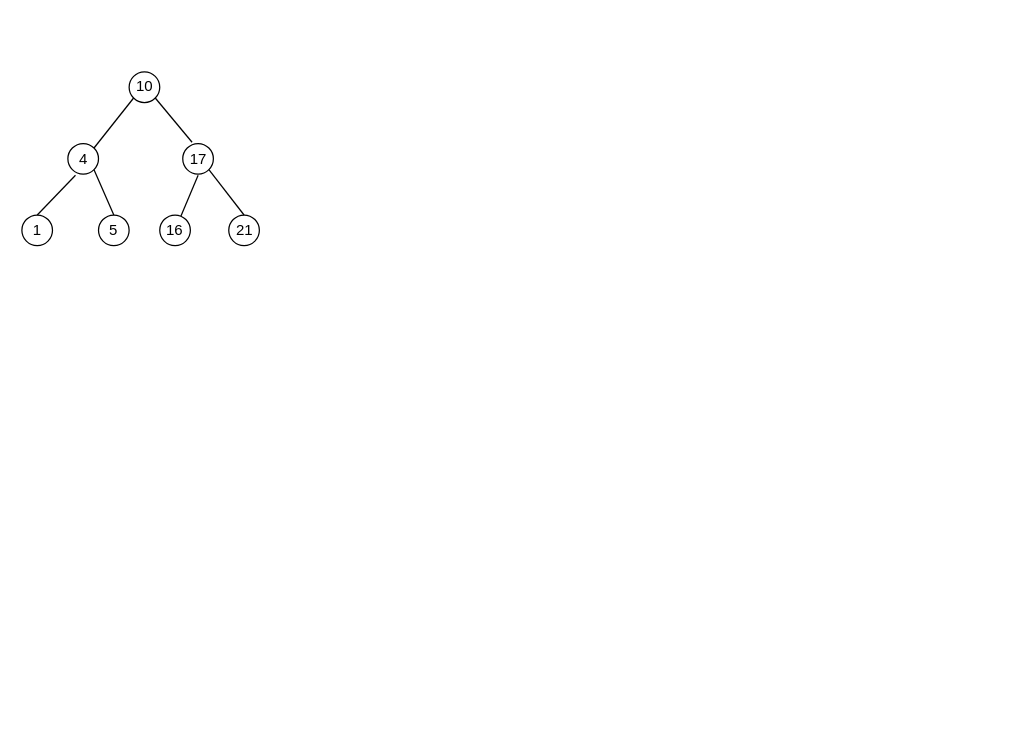
hsinyuwww/React-Amazon-Clone keeps this draw.io diagram as Untitled Diagram.drawio. Above is the earlier version. Source tidied: cells renumbered, new cells numbered last; positions are measured from the earlier drawing's top-left corner, leaving out a move shared by most shapes. Both pictures are drawn from the tidied source at 125%, with x=0, y=0 at pixel (21, 71).
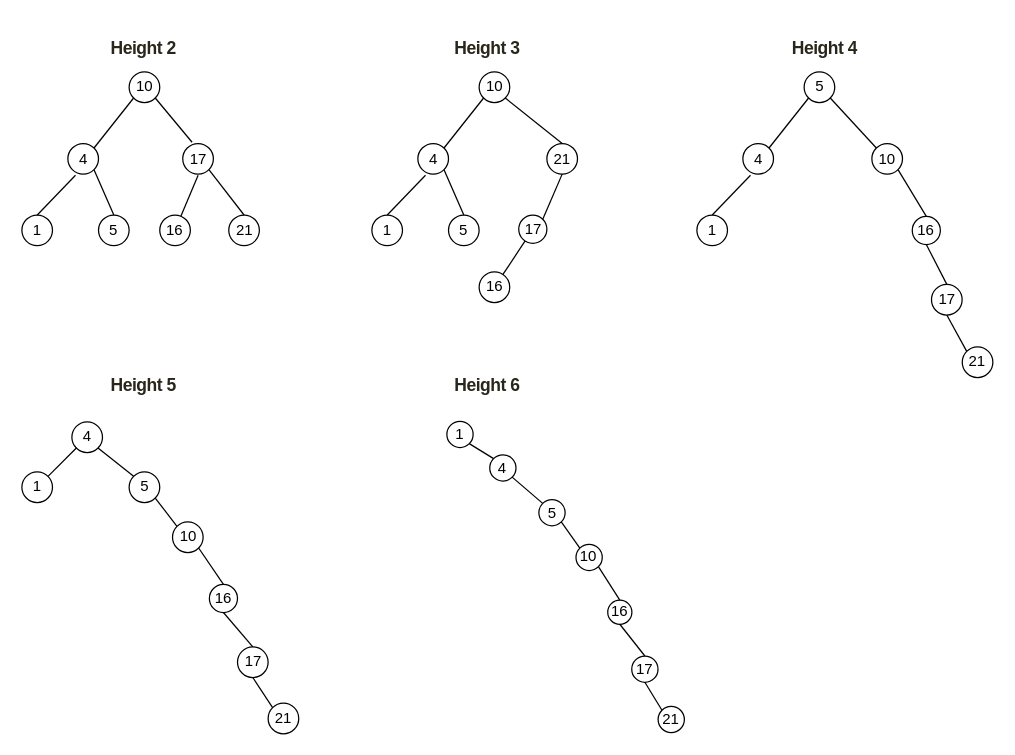
After the change.

The edit, as a diff of the source:
```diff
@@
+    <mxCell id="16" value="&lt;h3 style=&quot;box-sizing: border-box; border-width: 0px; border-style: solid; border-color: hsl(var(--border-100)); border-image: initial; --tw-border-spacing-x: 0; --tw-border-spacing-y: 0; --tw-translate-x: 0; --tw-translate-y: 0; --tw-rotate: 0; --tw-skew-x: 0; --tw-skew-y: 0; --tw-scale-x: 1; --tw-scale-y: 1; --tw-pan-x: ; --tw-pan-y: ; --tw-pinch-zoom: ; --tw-scroll-snap-strictness: proximity; --tw-gradient-from-position: ; --tw-gradient-via-position: ; --tw-gradient-to-position: ; --tw-ordinal: ; --tw-slashed-zero: ; --tw-numeric-figure: ; --tw-numeric-spacing: ; --tw-numeric-fraction: ; --tw-ring-inset: ; --tw-ring-offset-width: 0px; --tw-ring-offset-color: light-dark(#fff, #000000); --tw-ring-color: hsl(var(--accent-secondary-100)/1); --tw-ring-offset-shadow: 0 0 #0000; --tw-ring-shadow: 0 0 #0000; --tw-shadow: 0 0 #0000; --tw-shadow-colored: 0 0 #0000; --tw-blur: ; --tw-brightness: ; --tw-contrast: ; --tw-grayscale: ; --tw-hue-rotate: ; --tw-invert: ; --tw-saturate: ; --tw-sepia: ; --tw-drop-shadow: ; --tw-backdrop-blur: ; --tw-backdrop-brightness: ; --tw-backdrop-contrast: ; --tw-backdrop-grayscale: ; --tw-backdrop-hue-rotate: ; --tw-backdrop-invert: ; --tw-backdrop-opacity: ; --tw-backdrop-saturate: ; --tw-backdrop-sepia: ; --tw-contain-size: ; --tw-contain-layout: ; --tw-contain-paint: ; --tw-contain-style: ; outline-color: hsl(var(--accent-main-100)); scrollbar-color: hsl(var(--border-300)/.8) transparent; font-size: 0.875rem; font-weight: inherit; margin: 0px; overflow: hidden; text-overflow: ellipsis; padding-left: 0.25rem; font-family: var(--font-tiempos),ui-serif,Georgia,Cambria,&amp;quot;Times New Roman&amp;quot;,Times,serif; line-height: 1.25rem; --tw-text-opacity: 1; color: rgb(41, 38, 27); letter-spacing: -0.4px; text-align: start; background-color: rgb(255, 255, 255);&quot; class=&quot;text-text-100 font-tiempos truncate pl-1 text-sm&quot;&gt;Height 2&lt;/h3&gt;" style="text;strokeColor=none;fillColor=none;html=1;fontSize=24;fontStyle=1;verticalAlign=middle;align=center;" parent="1" vertex="1">
+      <mxGeometry x="45" y="-40" width="100" height="40" as="geometry" />
+    </mxCell>
+    <mxCell id="17" value="&lt;h3 style=&quot;box-sizing: border-box; border-width: 0px; border-style: solid; border-color: hsl(var(--border-100)); border-image: initial; --tw-border-spacing-x: 0; --tw-border-spacing-y: 0; --tw-translate-x: 0; --tw-translate-y: 0; --tw-rotate: 0; --tw-skew-x: 0; --tw-skew-y: 0; --tw-scale-x: 1; --tw-scale-y: 1; --tw-pan-x: ; --tw-pan-y: ; --tw-pinch-zoom: ; --tw-scroll-snap-strictness: proximity; --tw-gradient-from-position: ; --tw-gradient-via-position: ; --tw-gradient-to-position: ; --tw-ordinal: ; --tw-slashed-zero: ; --tw-numeric-figure: ; --tw-numeric-spacing: ; --tw-numeric-fraction: ; --tw-ring-inset: ; --tw-ring-offset-width: 0px; --tw-ring-offset-color: light-dark(#fff, #000000); --tw-ring-color: hsl(var(--accent-secondary-100)/1); --tw-ring-offset-shadow: 0 0 #0000; --tw-ring-shadow: 0 0 #0000; --tw-shadow: 0 0 #0000; --tw-shadow-colored: 0 0 #0000; --tw-blur: ; --tw-brightness: ; --tw-contrast: ; --tw-grayscale: ; --tw-hue-rotate: ; --tw-invert: ; --tw-saturate: ; --tw-sepia: ; --tw-drop-shadow: ; --tw-backdrop-blur: ; --tw-backdrop-brightness: ; --tw-backdrop-contrast: ; --tw-backdrop-grayscale: ; --tw-backdrop-hue-rotate: ; --tw-backdrop-invert: ; --tw-backdrop-opacity: ; --tw-backdrop-saturate: ; --tw-backdrop-sepia: ; --tw-contain-size: ; --tw-contain-layout: ; --tw-contain-paint: ; --tw-contain-style: ; outline-color: hsl(var(--accent-main-100)); scrollbar-color: hsl(var(--border-300)/.8) transparent; font-size: 0.875rem; font-weight: inherit; margin: 0px; overflow: hidden; text-overflow: ellipsis; padding-left: 0.25rem; font-family: var(--font-tiempos),ui-serif,Georgia,Cambria,&amp;quot;Times New Roman&amp;quot;,Times,serif; line-height: 1.25rem; --tw-text-opacity: 1; color: rgb(41, 38, 27); letter-spacing: -0.4px; text-align: start; background-color: rgb(255, 255, 255);&quot; class=&quot;text-text-100 font-tiempos truncate pl-1 text-sm&quot;&gt;Height 3&lt;/h3&gt;" style="text;strokeColor=none;fillColor=none;html=1;fontSize=24;fontStyle=1;verticalAlign=middle;align=center;" parent="1" vertex="1">
+      <mxGeometry x="320" y="-40" width="100" height="40" as="geometry" />
+    </mxCell>
+    <mxCell id="18" value="&lt;h3 style=&quot;box-sizing: border-box; border-width: 0px; border-style: solid; border-color: hsl(var(--border-100)); border-image: initial; --tw-border-spacing-x: 0; --tw-border-spacing-y: 0; --tw-translate-x: 0; --tw-translate-y: 0; --tw-rotate: 0; --tw-skew-x: 0; --tw-skew-y: 0; --tw-scale-x: 1; --tw-scale-y: 1; --tw-pan-x: ; --tw-pan-y: ; --tw-pinch-zoom: ; --tw-scroll-snap-strictness: proximity; --tw-gradient-from-position: ; --tw-gradient-via-position: ; --tw-gradient-to-position: ; --tw-ordinal: ; --tw-slashed-zero: ; --tw-numeric-figure: ; --tw-numeric-spacing: ; --tw-numeric-fraction: ; --tw-ring-inset: ; --tw-ring-offset-width: 0px; --tw-ring-offset-color: light-dark(#fff, #000000); --tw-ring-color: hsl(var(--accent-secondary-100)/1); --tw-ring-offset-shadow: 0 0 #0000; --tw-ring-shadow: 0 0 #0000; --tw-shadow: 0 0 #0000; --tw-shadow-colored: 0 0 #0000; --tw-blur: ; --tw-brightness: ; --tw-contrast: ; --tw-grayscale: ; --tw-hue-rotate: ; --tw-invert: ; --tw-saturate: ; --tw-sepia: ; --tw-drop-shadow: ; --tw-backdrop-blur: ; --tw-backdrop-brightness: ; --tw-backdrop-contrast: ; --tw-backdrop-grayscale: ; --tw-backdrop-hue-rotate: ; --tw-backdrop-invert: ; --tw-backdrop-opacity: ; --tw-backdrop-saturate: ; --tw-backdrop-sepia: ; --tw-contain-size: ; --tw-contain-layout: ; --tw-contain-paint: ; --tw-contain-style: ; outline-color: hsl(var(--accent-main-100)); scrollbar-color: hsl(var(--border-300)/.8) transparent; font-size: 0.875rem; font-weight: inherit; margin: 0px; overflow: hidden; text-overflow: ellipsis; padding-left: 0.25rem; font-family: var(--font-tiempos),ui-serif,Georgia,Cambria,&amp;quot;Times New Roman&amp;quot;,Times,serif; line-height: 1.25rem; --tw-text-opacity: 1; color: rgb(41, 38, 27); letter-spacing: -0.4px; text-align: start; background-color: rgb(255, 255, 255);&quot; class=&quot;text-text-100 font-tiempos truncate pl-1 text-sm&quot;&gt;Height 4&lt;/h3&gt;" style="text;strokeColor=none;fillColor=none;html=1;fontSize=24;fontStyle=1;verticalAlign=middle;align=center;" parent="1" vertex="1">
+      <mxGeometry x="590" y="-40" width="100" height="40" as="geometry" />
+    </mxCell>
+    <mxCell id="19" style="group;" parent="1" vertex="1">
+      <mxGeometry x="280" width="164.5" height="184.5" as="geometry" />
+    </mxCell>
+    <mxCell id="20" value="10" style="ellipse;whiteSpace=wrap;html=1;" parent="19" vertex="1">
+      <mxGeometry x="85.8" width="24.5" height="24.5" as="geometry" />
+    </mxCell>
+    <mxCell id="21" value="4" style="ellipse;whiteSpace=wrap;html=1;" parent="19" vertex="1">
+      <mxGeometry x="36.8" y="57.3" width="24.5" height="24.5" as="geometry" />
+    </mxCell>
+    <mxCell id="22" value="1" style="ellipse;whiteSpace=wrap;html=1;" parent="19" vertex="1">
+      <mxGeometry y="114.5" width="24.5" height="24.5" as="geometry" />
+    </mxCell>
+    <mxCell id="23" value="5" style="ellipse;whiteSpace=wrap;html=1;" parent="19" vertex="1">
+      <mxGeometry x="61.3" y="114.5" width="24.5" height="24.5" as="geometry" />
+    </mxCell>
+    <mxCell id="24" style="endArrow=none;html=1;rounded=0;exitX=1;exitY=0;exitDx=0;exitDy=0;entryX=0;entryY=1;entryDx=0;entryDy=0;" parent="19" edge="1" source="21" target="20">
+      <mxGeometry relative="1" as="geometry" />
+    </mxCell>
+    <mxCell id="25" style="endArrow=none;html=1;rounded=0;" parent="19" edge="1">
+      <mxGeometry relative="1" as="geometry">
+        <mxPoint x="12.3" y="114.5" as="sourcePoint" />
+        <mxPoint x="42.9" y="82.7" as="targetPoint" />
+      </mxGeometry>
+    </mxCell>
+    <mxCell id="26" style="endArrow=none;html=1;rounded=0;entryX=1;entryY=1;entryDx=0;entryDy=0;exitX=0.5;exitY=0;exitDx=0;exitDy=0;" parent="19" edge="1" source="23" target="21">
+      <mxGeometry relative="1" as="geometry" />
+    </mxCell>
+    <mxCell id="27" value="16" style="ellipse;whiteSpace=wrap;html=1;" parent="19" vertex="1">
+      <mxGeometry x="85.8" y="160" width="24.5" height="24.5" as="geometry" />
+    </mxCell>
+    <mxCell id="28" value="21" style="ellipse;whiteSpace=wrap;html=1;" parent="19" vertex="1">
+      <mxGeometry x="140" y="57.3" width="24.5" height="24.5" as="geometry" />
+    </mxCell>
+    <mxCell id="29" style="endArrow=none;html=1;rounded=0;" parent="19" edge="1" source="27" target="30">
+      <mxGeometry relative="1" as="geometry" />
+    </mxCell>
+    <mxCell id="30" value="17" style="ellipse;whiteSpace=wrap;html=1;" parent="19" vertex="1">
+      <mxGeometry x="117.5" y="114.6" width="22.5" height="22.5" as="geometry" />
+    </mxCell>
+    <mxCell id="31" style="endArrow=none;html=1;rounded=0;entryX=1;entryY=1;entryDx=0;entryDy=0;exitX=0.5;exitY=0;exitDx=0;exitDy=0;" parent="19" edge="1" source="28" target="20">
+      <mxGeometry relative="1" as="geometry" />
+    </mxCell>
+    <mxCell id="32" style="endArrow=none;html=1;rounded=0;exitX=1;exitY=0;exitDx=0;exitDy=0;entryX=0.5;entryY=1;entryDx=0;entryDy=0;" parent="19" edge="1" source="30" target="28">
+      <mxGeometry relative="1" as="geometry" />
+    </mxCell>
+    <mxCell id="33" style="group;" parent="1" vertex="1">
+      <mxGeometry x="540" width="236.8" height="244.5" as="geometry" />
+    </mxCell>
+    <mxCell id="34" value="5" style="ellipse;whiteSpace=wrap;html=1;" parent="33" vertex="1">
+      <mxGeometry x="85.8" width="24.5" height="24.5" as="geometry" />
+    </mxCell>
+    <mxCell id="35" value="4" style="ellipse;whiteSpace=wrap;html=1;" parent="33" vertex="1">
+      <mxGeometry x="36.8" y="57.3" width="24.5" height="24.5" as="geometry" />
+    </mxCell>
+    <mxCell id="36" value="1" style="ellipse;whiteSpace=wrap;html=1;" parent="33" vertex="1">
+      <mxGeometry y="114.5" width="24.5" height="24.5" as="geometry" />
+    </mxCell>
+    <mxCell id="37" style="endArrow=none;html=1;rounded=0;exitX=1;exitY=0;exitDx=0;exitDy=0;entryX=0;entryY=1;entryDx=0;entryDy=0;" parent="33" edge="1" source="35" target="34">
+      <mxGeometry relative="1" as="geometry" />
+    </mxCell>
+    <mxCell id="38" style="endArrow=none;html=1;rounded=0;" parent="33" edge="1">
+      <mxGeometry relative="1" as="geometry">
+        <mxPoint x="12.3" y="114.5" as="sourcePoint" />
+        <mxPoint x="42.9" y="82.7" as="targetPoint" />
+      </mxGeometry>
+    </mxCell>
+    <mxCell id="39" value="17" style="ellipse;whiteSpace=wrap;html=1;" parent="33" vertex="1">
+      <mxGeometry x="187.7" y="170" width="24.5" height="24.5" as="geometry" />
+    </mxCell>
+    <mxCell id="40" value="10" style="ellipse;whiteSpace=wrap;html=1;" parent="33" vertex="1">
+      <mxGeometry x="140" y="57.3" width="24.5" height="24.5" as="geometry" />
+    </mxCell>
+    <mxCell id="41" value="16" style="ellipse;whiteSpace=wrap;html=1;" parent="33" vertex="1">
+      <mxGeometry x="172.3" y="115.6" width="22.5" height="22.5" as="geometry" />
+    </mxCell>
+    <mxCell id="42" style="endArrow=none;html=1;rounded=0;entryX=1;entryY=1;entryDx=0;entryDy=0;exitX=0;exitY=0;exitDx=0;exitDy=0;" parent="33" edge="1" source="40" target="34">
+      <mxGeometry relative="1" as="geometry" />
+    </mxCell>
+    <mxCell id="43" style="endArrow=none;html=1;rounded=0;exitX=0.5;exitY=0;exitDx=0;exitDy=0;entryX=1;entryY=1;entryDx=0;entryDy=0;" parent="33" edge="1" source="41" target="40">
+      <mxGeometry relative="1" as="geometry" />
+    </mxCell>
+    <mxCell id="44" value="21" style="ellipse;whiteSpace=wrap;html=1;" parent="33" vertex="1">
+      <mxGeometry x="212.3" y="220" width="24.5" height="24.5" as="geometry" />
+    </mxCell>
+    <mxCell id="45" style="endArrow=none;html=1;rounded=0;exitX=0.5;exitY=0;exitDx=0;exitDy=0;entryX=0.5;entryY=1;entryDx=0;entryDy=0;" parent="33" edge="1" source="39" target="41">
+      <mxGeometry relative="1" as="geometry" />
+    </mxCell>
+    <mxCell id="46" style="endArrow=none;html=1;rounded=0;exitX=0;exitY=0;exitDx=0;exitDy=0;entryX=0.5;entryY=1;entryDx=0;entryDy=0;" parent="33" edge="1" source="44" target="39">
+      <mxGeometry relative="1" as="geometry" />
+    </mxCell>
+    <mxCell id="47" value="&lt;h3 style=&quot;box-sizing: border-box; border-width: 0px; border-style: solid; border-color: hsl(var(--border-100)); border-image: initial; --tw-border-spacing-x: 0; --tw-border-spacing-y: 0; --tw-translate-x: 0; --tw-translate-y: 0; --tw-rotate: 0; --tw-skew-x: 0; --tw-skew-y: 0; --tw-scale-x: 1; --tw-scale-y: 1; --tw-pan-x: ; --tw-pan-y: ; --tw-pinch-zoom: ; --tw-scroll-snap-strictness: proximity; --tw-gradient-from-position: ; --tw-gradient-via-position: ; --tw-gradient-to-position: ; --tw-ordinal: ; --tw-slashed-zero: ; --tw-numeric-figure: ; --tw-numeric-spacing: ; --tw-numeric-fraction: ; --tw-ring-inset: ; --tw-ring-offset-width: 0px; --tw-ring-offset-color: light-dark(#fff, #000000); --tw-ring-color: hsl(var(--accent-secondary-100)/1); --tw-ring-offset-shadow: 0 0 #0000; --tw-ring-shadow: 0 0 #0000; --tw-shadow: 0 0 #0000; --tw-shadow-colored: 0 0 #0000; --tw-blur: ; --tw-brightness: ; --tw-contrast: ; --tw-grayscale: ; --tw-hue-rotate: ; --tw-invert: ; --tw-saturate: ; --tw-sepia: ; --tw-drop-shadow: ; --tw-backdrop-blur: ; --tw-backdrop-brightness: ; --tw-backdrop-contrast: ; --tw-backdrop-grayscale: ; --tw-backdrop-hue-rotate: ; --tw-backdrop-invert: ; --tw-backdrop-opacity: ; --tw-backdrop-saturate: ; --tw-backdrop-sepia: ; --tw-contain-size: ; --tw-contain-layout: ; --tw-contain-paint: ; --tw-contain-style: ; outline-color: hsl(var(--accent-main-100)); scrollbar-color: hsl(var(--border-300)/.8) transparent; font-size: 0.875rem; font-weight: inherit; margin: 0px; overflow: hidden; text-overflow: ellipsis; padding-left: 0.25rem; font-family: var(--font-tiempos),ui-serif,Georgia,Cambria,&amp;quot;Times New Roman&amp;quot;,Times,serif; line-height: 1.25rem; --tw-text-opacity: 1; color: rgb(41, 38, 27); letter-spacing: -0.4px; text-align: start; background-color: rgb(255, 255, 255);&quot; class=&quot;text-text-100 font-tiempos truncate pl-1 text-sm&quot;&gt;Height 5&lt;/h3&gt;" style="text;strokeColor=none;fillColor=none;html=1;fontSize=24;fontStyle=1;verticalAlign=middle;align=center;" parent="1" vertex="1">
+      <mxGeometry x="45" y="230" width="100" height="40" as="geometry" />
+    </mxCell>
+    <mxCell id="48" style="group;" parent="1" vertex="1">
+      <mxGeometry y="280" width="221.5" height="249.5" as="geometry" />
+    </mxCell>
+    <mxCell id="49" value="5" style="ellipse;whiteSpace=wrap;html=1;" parent="48" vertex="1">
+      <mxGeometry x="85.8" y="40" width="24.5" height="24.5" as="geometry" />
+    </mxCell>
+    <mxCell id="50" value="4" style="ellipse;whiteSpace=wrap;html=1;" parent="48" vertex="1">
+      <mxGeometry x="40" width="24.5" height="24.5" as="geometry" />
+    </mxCell>
+    <mxCell id="51" value="1" style="ellipse;whiteSpace=wrap;html=1;" parent="48" vertex="1">
+      <mxGeometry y="40" width="24.5" height="24.5" as="geometry" />
+    </mxCell>
+    <mxCell id="52" style="endArrow=none;html=1;rounded=0;exitX=1;exitY=1;exitDx=0;exitDy=0;entryX=0;entryY=0;entryDx=0;entryDy=0;" parent="48" edge="1" source="50" target="49">
+      <mxGeometry relative="1" as="geometry" />
+    </mxCell>
+    <mxCell id="53" style="endArrow=none;html=1;rounded=0;entryX=0;entryY=1;entryDx=0;entryDy=0;exitX=1;exitY=0;exitDx=0;exitDy=0;" parent="48" edge="1" source="51" target="50">
+      <mxGeometry relative="1" as="geometry" />
+    </mxCell>
+    <mxCell id="54" value="17" style="ellipse;whiteSpace=wrap;html=1;" parent="48" vertex="1">
+      <mxGeometry x="172.5" y="180" width="24.5" height="24.5" as="geometry" />
+    </mxCell>
+    <mxCell id="55" value="10" style="ellipse;whiteSpace=wrap;html=1;" parent="48" vertex="1">
+      <mxGeometry x="120.5" y="80" width="24.5" height="24.5" as="geometry" />
+    </mxCell>
+    <mxCell id="56" value="16" style="ellipse;whiteSpace=wrap;html=1;" parent="48" vertex="1">
+      <mxGeometry x="150" y="130" width="22.5" height="22.5" as="geometry" />
+    </mxCell>
+    <mxCell id="57" style="endArrow=none;html=1;rounded=0;entryX=1;entryY=1;entryDx=0;entryDy=0;exitX=0;exitY=0;exitDx=0;exitDy=0;" parent="48" edge="1" source="55" target="49">
+      <mxGeometry relative="1" as="geometry" />
+    </mxCell>
+    <mxCell id="58" style="endArrow=none;html=1;rounded=0;exitX=0.5;exitY=0;exitDx=0;exitDy=0;entryX=1;entryY=1;entryDx=0;entryDy=0;" parent="48" edge="1" source="56" target="55">
+      <mxGeometry relative="1" as="geometry" />
+    </mxCell>
+    <mxCell id="59" value="21" style="ellipse;whiteSpace=wrap;html=1;" parent="48" vertex="1">
+      <mxGeometry x="197" y="225" width="24.5" height="24.5" as="geometry" />
+    </mxCell>
+    <mxCell id="60" style="endArrow=none;html=1;rounded=0;exitX=0.5;exitY=0;exitDx=0;exitDy=0;entryX=0.5;entryY=1;entryDx=0;entryDy=0;" parent="48" edge="1" source="54" target="56">
+      <mxGeometry relative="1" as="geometry" />
+    </mxCell>
+    <mxCell id="61" style="endArrow=none;html=1;rounded=0;exitX=0;exitY=0;exitDx=0;exitDy=0;entryX=0.5;entryY=1;entryDx=0;entryDy=0;" parent="48" edge="1" source="59" target="54">
+      <mxGeometry relative="1" as="geometry" />
+    </mxCell>
+    <mxCell id="62" value="&lt;h3 style=&quot;box-sizing: border-box; border-width: 0px; border-style: solid; border-color: hsl(var(--border-100)); border-image: initial; --tw-border-spacing-x: 0; --tw-border-spacing-y: 0; --tw-translate-x: 0; --tw-translate-y: 0; --tw-rotate: 0; --tw-skew-x: 0; --tw-skew-y: 0; --tw-scale-x: 1; --tw-scale-y: 1; --tw-pan-x: ; --tw-pan-y: ; --tw-pinch-zoom: ; --tw-scroll-snap-strictness: proximity; --tw-gradient-from-position: ; --tw-gradient-via-position: ; --tw-gradient-to-position: ; --tw-ordinal: ; --tw-slashed-zero: ; --tw-numeric-figure: ; --tw-numeric-spacing: ; --tw-numeric-fraction: ; --tw-ring-inset: ; --tw-ring-offset-width: 0px; --tw-ring-offset-color: light-dark(#fff, #000000); --tw-ring-color: hsl(var(--accent-secondary-100)/1); --tw-ring-offset-shadow: 0 0 #0000; --tw-ring-shadow: 0 0 #0000; --tw-shadow: 0 0 #0000; --tw-shadow-colored: 0 0 #0000; --tw-blur: ; --tw-brightness: ; --tw-contrast: ; --tw-grayscale: ; --tw-hue-rotate: ; --tw-invert: ; --tw-saturate: ; --tw-sepia: ; --tw-drop-shadow: ; --tw-backdrop-blur: ; --tw-backdrop-brightness: ; --tw-backdrop-contrast: ; --tw-backdrop-grayscale: ; --tw-backdrop-hue-rotate: ; --tw-backdrop-invert: ; --tw-backdrop-opacity: ; --tw-backdrop-saturate: ; --tw-backdrop-sepia: ; --tw-contain-size: ; --tw-contain-layout: ; --tw-contain-paint: ; --tw-contain-style: ; outline-color: hsl(var(--accent-main-100)); scrollbar-color: hsl(var(--border-300)/.8) transparent; font-size: 0.875rem; font-weight: inherit; margin: 0px; overflow: hidden; text-overflow: ellipsis; padding-left: 0.25rem; font-family: var(--font-tiempos),ui-serif,Georgia,Cambria,&amp;quot;Times New Roman&amp;quot;,Times,serif; line-height: 1.25rem; --tw-text-opacity: 1; color: rgb(41, 38, 27); letter-spacing: -0.4px; text-align: start; background-color: rgb(255, 255, 255);&quot; class=&quot;text-text-100 font-tiempos truncate pl-1 text-sm&quot;&gt;Height 6&lt;/h3&gt;" style="text;strokeColor=none;fillColor=none;html=1;fontSize=24;fontStyle=1;verticalAlign=middle;align=center;" parent="1" vertex="1">
+      <mxGeometry x="320" y="230" width="100" height="40" as="geometry" />
+    </mxCell>
+    <mxCell id="63" style="group;" parent="1" vertex="1">
+      <mxGeometry x="340" y="279.5" width="190" height="250" as="geometry" />
+    </mxCell>
+    <mxCell id="64" value="1" style="ellipse;whiteSpace=wrap;html=1;" parent="63" vertex="1">
+      <mxGeometry width="21" height="21" as="geometry" />
+    </mxCell>
+    <mxCell id="65" style="endArrow=none;html=1;rounded=0;exitX=1;exitY=1;exitDx=0;exitDy=0;entryX=0;entryY=0;entryDx=0;entryDy=0;" parent="63" edge="1" source="64" target="67">
+      <mxGeometry relative="1" as="geometry" />
+    </mxCell>
+    <mxCell id="66" value="5" style="ellipse;whiteSpace=wrap;html=1;" parent="63" vertex="1">
+      <mxGeometry x="73.6" y="62.6" width="21" height="21" as="geometry" />
+    </mxCell>
+    <mxCell id="67" value="4" style="ellipse;whiteSpace=wrap;html=1;" parent="63" vertex="1">
+      <mxGeometry x="34.3" y="26.8" width="21" height="21" as="geometry" />
+    </mxCell>
+    <mxCell id="68" style="endArrow=none;html=1;rounded=0;exitX=1;exitY=1;exitDx=0;exitDy=0;entryX=0;entryY=0;entryDx=0;entryDy=0;" parent="63" edge="1" source="67" target="66">
+      <mxGeometry relative="1" as="geometry" />
+    </mxCell>
+    <mxCell id="69" value="17" style="ellipse;whiteSpace=wrap;html=1;" parent="63" vertex="1">
+      <mxGeometry x="147.9" y="187.8" width="21" height="21" as="geometry" />
+    </mxCell>
+    <mxCell id="70" value="10" style="ellipse;whiteSpace=wrap;html=1;" parent="63" vertex="1">
+      <mxGeometry x="103.3" y="98.4" width="21" height="21" as="geometry" />
+    </mxCell>
+    <mxCell id="71" value="16" style="ellipse;whiteSpace=wrap;html=1;" parent="63" vertex="1">
+      <mxGeometry x="128.7" y="143.1" width="19.3" height="19.3" as="geometry" />
+    </mxCell>
+    <mxCell id="72" style="endArrow=none;html=1;rounded=0;entryX=1;entryY=1;entryDx=0;entryDy=0;exitX=0;exitY=0;exitDx=0;exitDy=0;" parent="63" edge="1" source="70" target="66">
+      <mxGeometry relative="1" as="geometry" />
+    </mxCell>
+    <mxCell id="73" style="endArrow=none;html=1;rounded=0;exitX=0.5;exitY=0;exitDx=0;exitDy=0;entryX=1;entryY=1;entryDx=0;entryDy=0;" parent="63" edge="1" source="71" target="70">
+      <mxGeometry relative="1" as="geometry" />
+    </mxCell>
+    <mxCell id="74" value="21" style="ellipse;whiteSpace=wrap;html=1;" parent="63" vertex="1">
+      <mxGeometry x="169" y="228.1" width="21" height="21" as="geometry" />
+    </mxCell>
+    <mxCell id="75" style="endArrow=none;html=1;rounded=0;exitX=0.5;exitY=0;exitDx=0;exitDy=0;entryX=0.5;entryY=1;entryDx=0;entryDy=0;" parent="63" edge="1" source="69" target="71">
+      <mxGeometry relative="1" as="geometry" />
+    </mxCell>
+    <mxCell id="76" style="endArrow=none;html=1;rounded=0;exitX=0;exitY=0;exitDx=0;exitDy=0;entryX=0.5;entryY=1;entryDx=0;entryDy=0;" parent="63" edge="1" source="74" target="69">
+      <mxGeometry relative="1" as="geometry" />
+    </mxCell>
```
